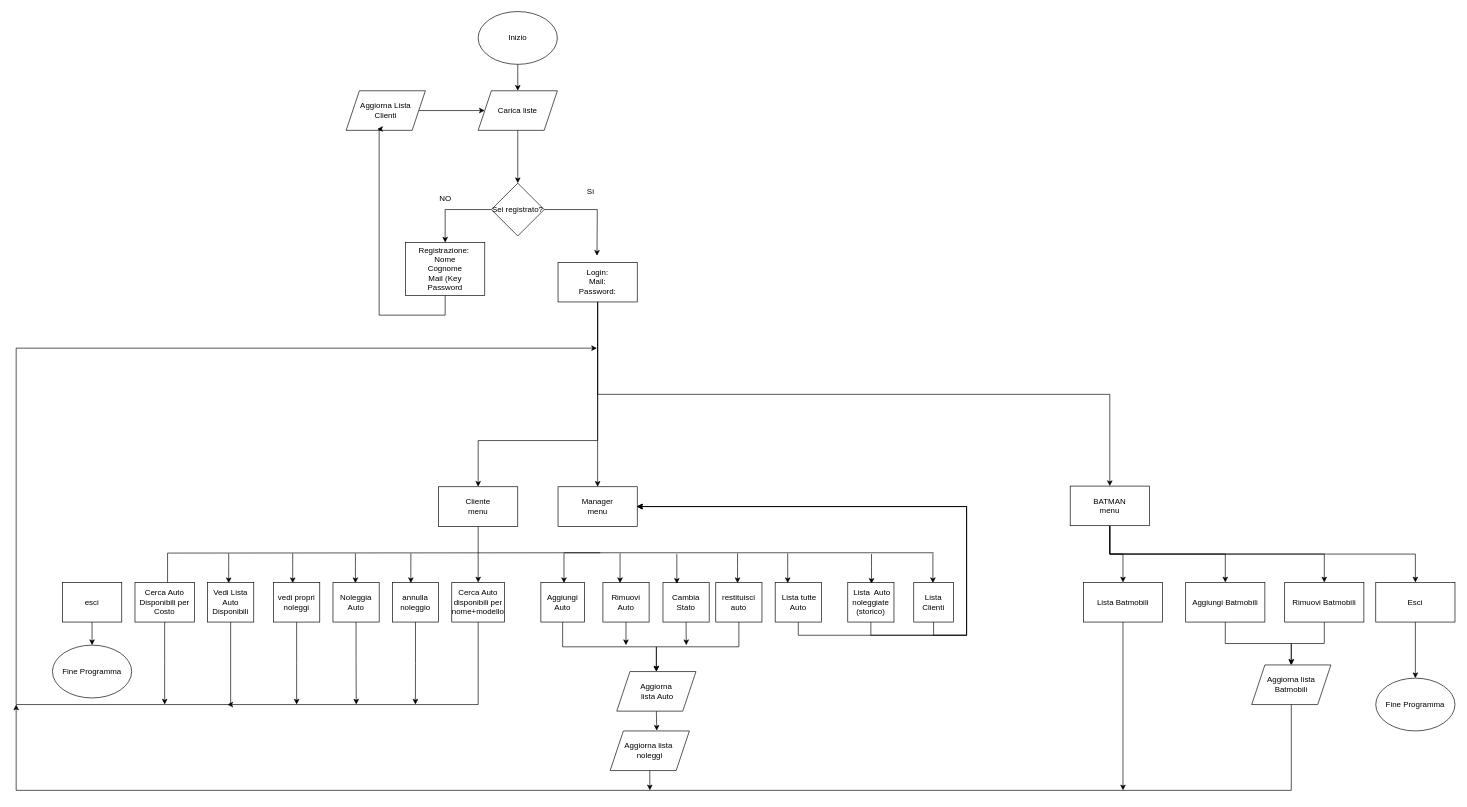
Giulio-1983/Autonoleggio keeps this draw.io diagram as Diagramma senza titolo.drawio. Above is the earlier version. Source tidied: cells renumbered, new cells numbered last; positions are measured from the earlier drawing's top-left corner, leaving out a move shared by most shapes. Both pictures are drawn from the tidied source at 66%, with x=0, y=0 at pixel (16, 11).
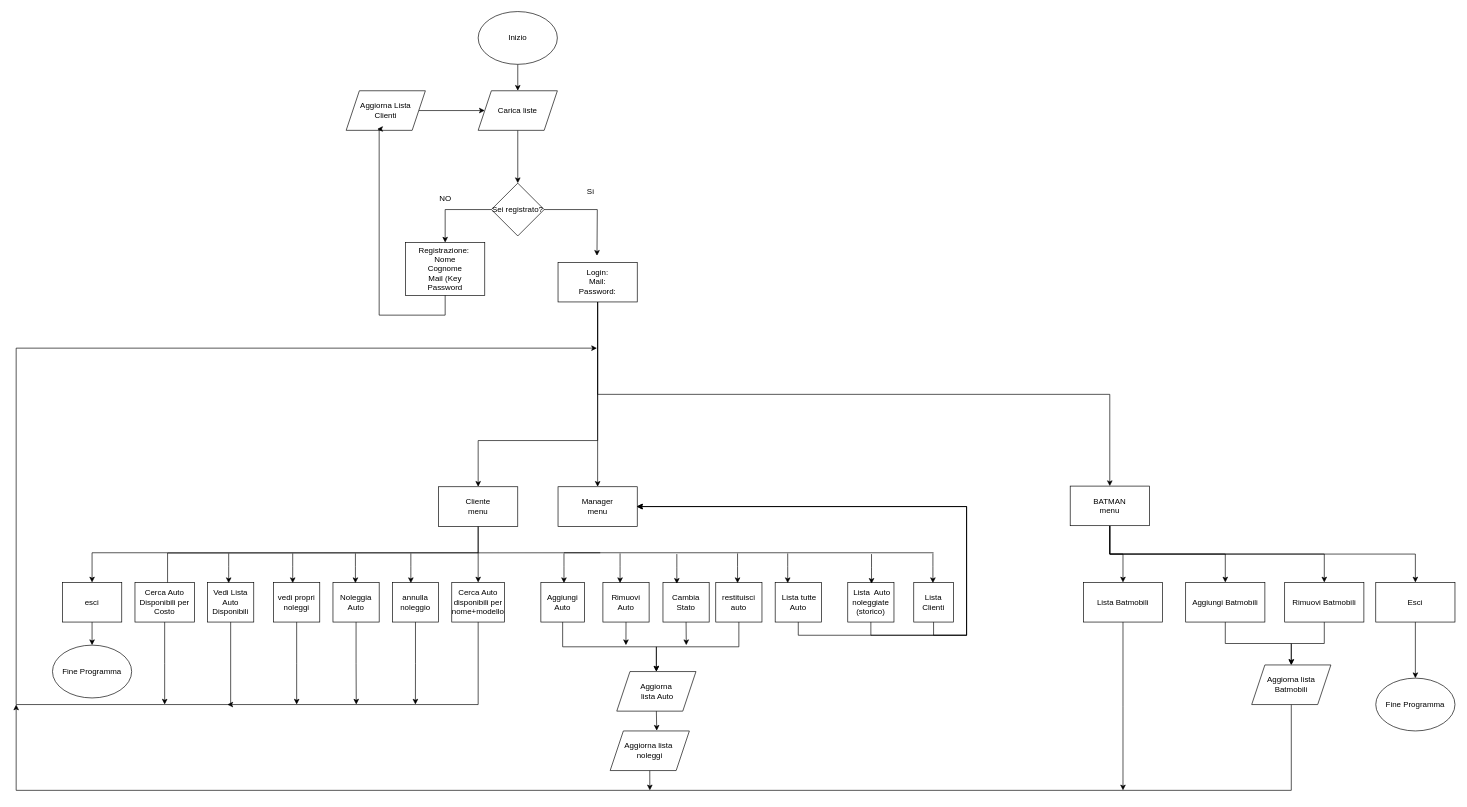
The same page after the edit.

The change refers to these unchanged cells:
```xml
<mxCell id="15" value="Cliente&lt;div&gt;menu&lt;/div&gt;" style="rounded=0;whiteSpace=wrap;html=1;" parent="1" vertex="1">
  <mxGeometry x="640" y="720" width="120" height="60" as="geometry" />
</mxCell>
<mxCell id="81" value="esci" style="rounded=0;whiteSpace=wrap;html=1;" parent="1" vertex="1">
  <mxGeometry x="70" y="865" width="90" height="60" as="geometry" />
</mxCell>
```

Diff of the diagram source:
```diff
@@
+    <mxCell id="84" style="edgeStyle=orthogonalEdgeStyle;rounded=0;jettySize=auto;html=1;" parent="1" edge="1" source="15" target="81">
+      <mxGeometry relative="1" as="geometry">
+        <Array as="points">
+          <mxPoint x="700" y="820" />
+          <mxPoint x="115" y="820" />
+        </Array>
+      </mxGeometry>
+    </mxCell>
```
